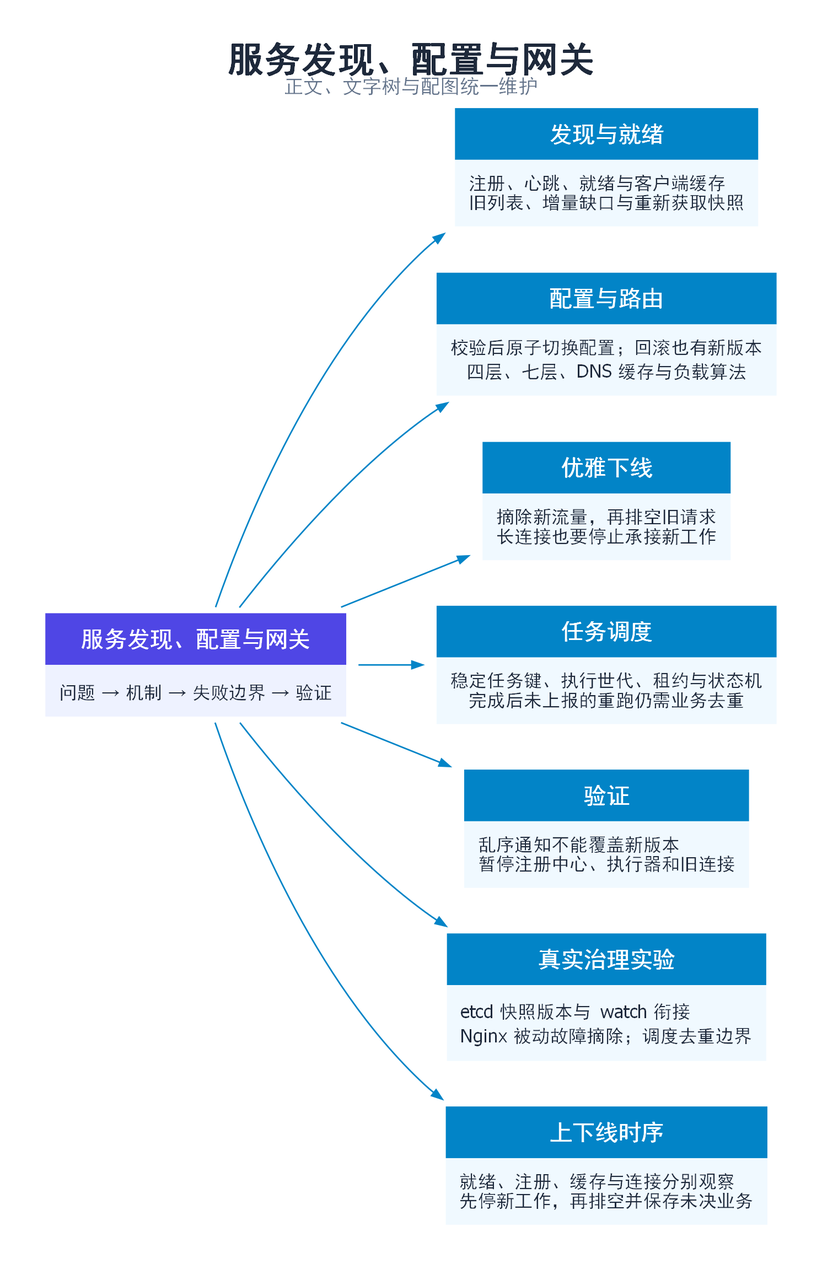
Before: 分布式系统/images/topic-09-mindmap.png, a diagram exported from Graphviz (zingerWang/Jobs). Its source is kept beside it as 分布式系统/images/topic-09-mindmap.dot. Its diagram source:
```dot
digraph G {
graph [rankdir=LR, bgcolor="white", dpi=200, pad=0.3, nodesep=0.3, ranksep=0.6, fontname="PingFang SC", labelloc=t, label=<<FONT POINT-SIZE="24" COLOR="#1E293B"><B>服务发现、配置与网关</B></FONT><BR/><FONT POINT-SIZE="13" COLOR="#64748B">正文、文字树与配图统一维护</FONT>>];
node [shape=plaintext, fontname="PingFang SC"];
edge [fontname="PingFang SC", fontsize=11, arrowhead=normal, arrowsize=0.7, color="#0284C7", fontcolor="#0284C7"];
root [label=<<TABLE BORDER="0" CELLBORDER="0" CELLSPACING="0" CELLPADDING="9"><TR><TD BGCOLOR="#4F46E5"><FONT COLOR="white" POINT-SIZE="15"><B>服务发现、配置与网关</B></FONT></TD></TR><TR><TD BGCOLOR="#EEF2FF" ALIGN="LEFT"><FONT COLOR="#1E293B" POINT-SIZE="12">问题 → 机制 → 失败边界 → 验证</FONT></TD></TR></TABLE>>];
n0 [label=<<TABLE BORDER="0" CELLBORDER="0" CELLSPACING="0" CELLPADDING="9"><TR><TD BGCOLOR="#0284C7"><FONT COLOR="white" POINT-SIZE="15"><B>发现与就绪</B></FONT></TD></TR><TR><TD BGCOLOR="#F0F9FF" ALIGN="LEFT"><FONT COLOR="#1E293B" POINT-SIZE="12">注册、心跳、就绪与客户端缓存<BR ALIGN="LEFT"/>旧列表、增量缺口与重新获取快照</FONT></TD></TR></TABLE>>];
n1 [label=<<TABLE BORDER="0" CELLBORDER="0" CELLSPACING="0" CELLPADDING="9"><TR><TD BGCOLOR="#0284C7"><FONT COLOR="white" POINT-SIZE="15"><B>配置与路由</B></FONT></TD></TR><TR><TD BGCOLOR="#F0F9FF" ALIGN="LEFT"><FONT COLOR="#1E293B" POINT-SIZE="12">校验后原子切换配置；回滚也有新版本<BR ALIGN="LEFT"/>四层、七层、DNS 缓存与负载算法</FONT></TD></TR></TABLE>>];
n2 [label=<<TABLE BORDER="0" CELLBORDER="0" CELLSPACING="0" CELLPADDING="9"><TR><TD BGCOLOR="#0284C7"><FONT COLOR="white" POINT-SIZE="15"><B>优雅下线</B></FONT></TD></TR><TR><TD BGCOLOR="#F0F9FF" ALIGN="LEFT"><FONT COLOR="#1E293B" POINT-SIZE="12">摘除新流量，再排空旧请求<BR ALIGN="LEFT"/>长连接也要停止承接新工作</FONT></TD></TR></TABLE>>];
n3 [label=<<TABLE BORDER="0" CELLBORDER="0" CELLSPACING="0" CELLPADDING="9"><TR><TD BGCOLOR="#0284C7"><FONT COLOR="white" POINT-SIZE="15"><B>任务调度</B></FONT></TD></TR><TR><TD BGCOLOR="#F0F9FF" ALIGN="LEFT"><FONT COLOR="#1E293B" POINT-SIZE="12">稳定任务键、执行世代、租约与状态机<BR ALIGN="LEFT"/>完成后未上报的重跑仍需业务去重</FONT></TD></TR></TABLE>>];
n4 [label=<<TABLE BORDER="0" CELLBORDER="0" CELLSPACING="0" CELLPADDING="9"><TR><TD BGCOLOR="#0284C7"><FONT COLOR="white" POINT-SIZE="15"><B>验证</B></FONT></TD></TR><TR><TD BGCOLOR="#F0F9FF" ALIGN="LEFT"><FONT COLOR="#1E293B" POINT-SIZE="12">乱序通知不能覆盖新版本<BR ALIGN="LEFT"/>暂停注册中心、执行器和旧连接</FONT></TD></TR></TABLE>>];
n5 [label=<<TABLE BORDER="0" CELLBORDER="0" CELLSPACING="0" CELLPADDING="9"><TR><TD BGCOLOR="#0284C7"><FONT COLOR="white" POINT-SIZE="15"><B>真实治理实验</B></FONT></TD></TR><TR><TD BGCOLOR="#F0F9FF" ALIGN="LEFT"><FONT COLOR="#1E293B" POINT-SIZE="12">etcd 快照版本与 watch 衔接<BR ALIGN="LEFT"/>Nginx 被动故障摘除；调度去重边界</FONT></TD></TR></TABLE>>];
n6 [label=<<TABLE BORDER="0" CELLBORDER="0" CELLSPACING="0" CELLPADDING="9"><TR><TD BGCOLOR="#0284C7"><FONT COLOR="white" POINT-SIZE="15"><B>上下线时序</B></FONT></TD></TR><TR><TD BGCOLOR="#F0F9FF" ALIGN="LEFT"><FONT COLOR="#1E293B" POINT-SIZE="12">就绪、注册、缓存与连接分别观察<BR ALIGN="LEFT"/>先停新工作，再排空并保存未决业务</FONT></TD></TR></TABLE>>];
root -> n0;
root -> n1;
root -> n2;
root -> n3;
root -> n4;
root -> n5;
root -> n6;
}
```
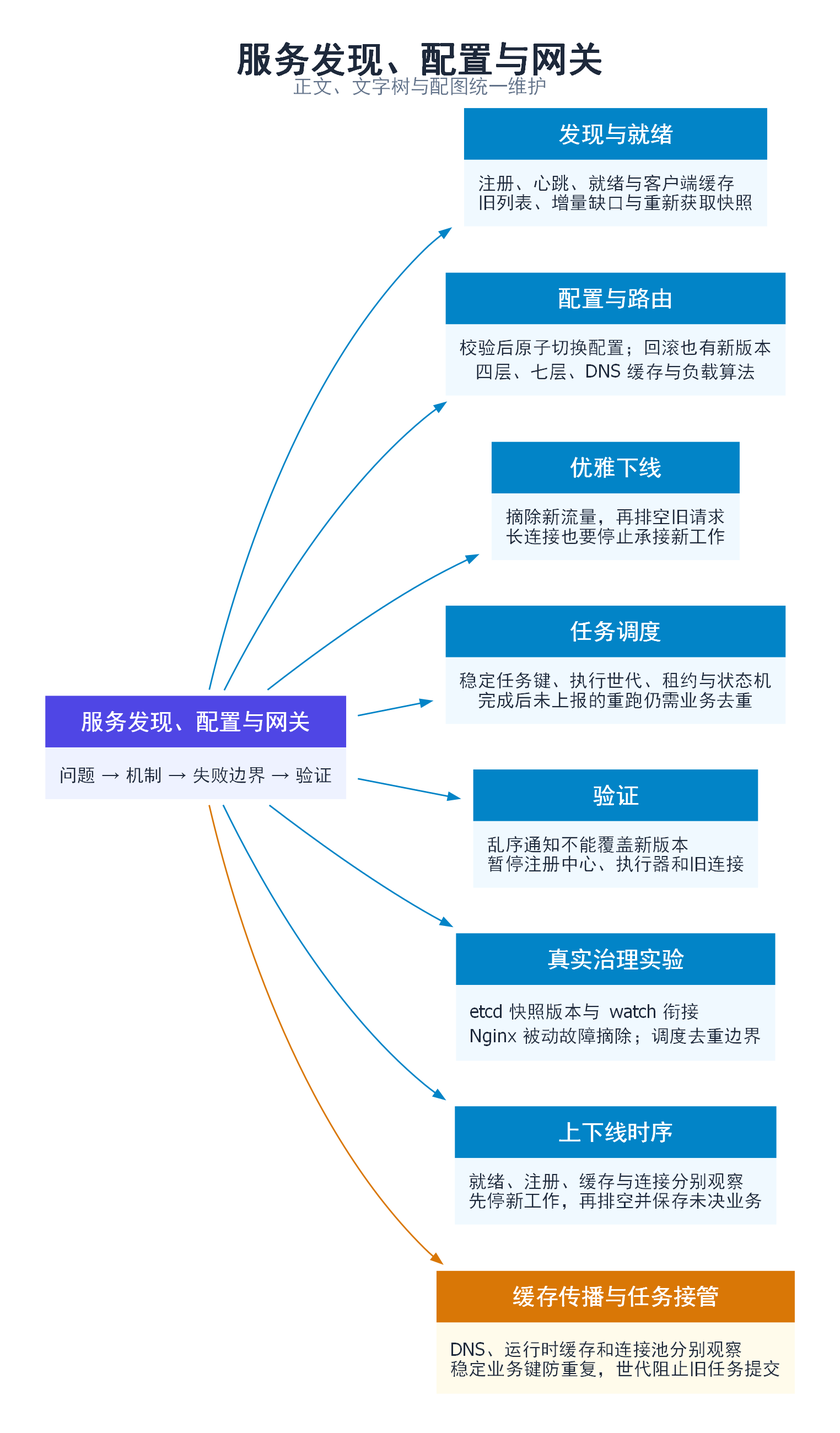
Above is the later version.

Change to the diagram source:
```diff
@@ -17,4 +17,6 @@
 root -> n4;
 root -> n5;
 root -> n6;
+engineering [label=<<TABLE BORDER="0" CELLBORDER="0" CELLSPACING="0" CELLPADDING="9"><TR><TD BGCOLOR="#D97706"><FONT COLOR="white" POINT-SIZE="15"><B>缓存传播与任务接管</B></FONT></TD></TR><TR><TD BGCOLOR="#FFFBEB" ALIGN="LEFT"><FONT COLOR="#1E293B" POINT-SIZE="12">DNS、运行时缓存和连接池分别观察<BR ALIGN="LEFT"/>稳定业务键防重复，世代阻止旧任务提交</FONT></TD></TR></TABLE>>];
+root -> engineering [color="#D97706",fontcolor="#D97706"];
 }
```
